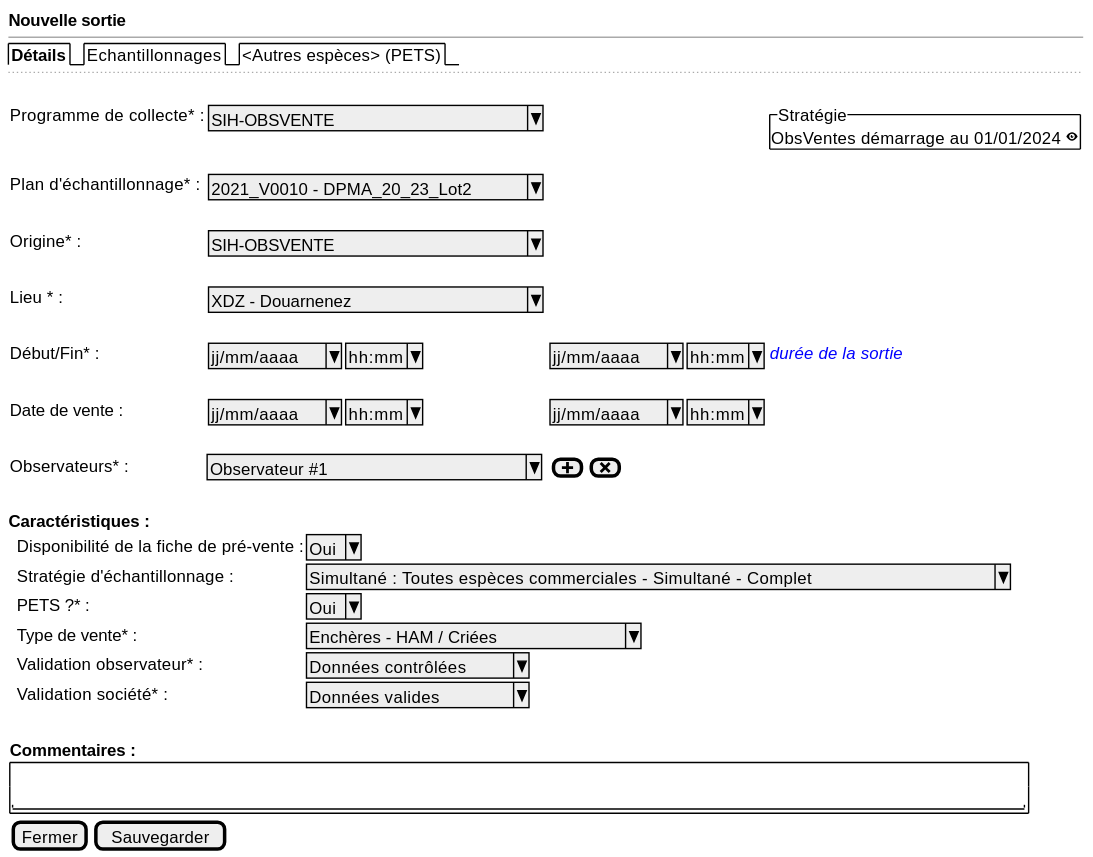
Before: projects/obsvente/spe/images/observed-location-new.svg, a diagram exported from PlantUML (sumaris-net/sumaris-doc). Its source is kept beside it as projects/obsvente/spe/images/observed-location-new.puml.
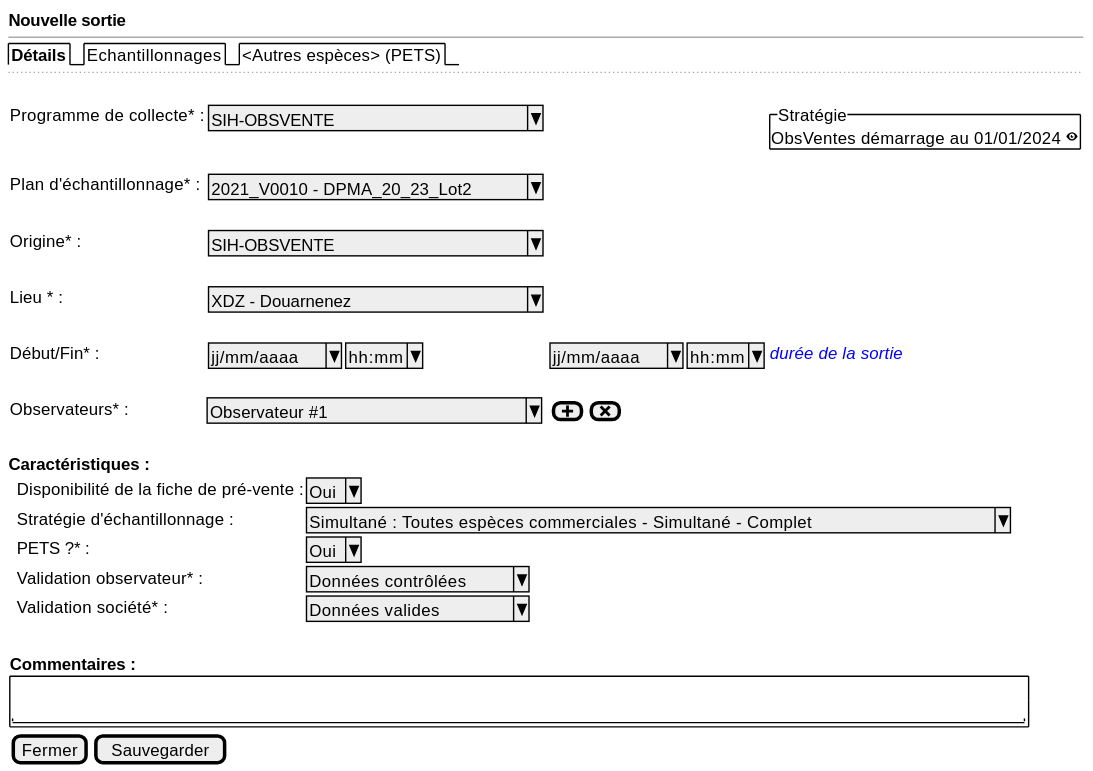
After the change.

Change to the diagram source:
```diff
@@ -17,8 +17,6 @@
       .
       Début/Fin* :     | { ^jj/mm/aaaa^  |  ^hh:mm^ } { ^jj/mm/aaaa^  |  ^hh:mm^ } <i><color:blue>durée de la sortie
       .
-      Date de vente :     | { ^jj/mm/aaaa^  |  ^hh:mm^ } { ^jj/mm/aaaa^  |  ^hh:mm^ }
-      .
       Observateurs* :            | ^ Observateur #1             ^ | { [<&plus>] | [<&x>] }
       .
 
@@ -31,7 +29,6 @@
       . | Disponibilité de la fiche de pré-vente :| ^Oui^
       . | Stratégie d'échantillonnage : | ^Simultané : Toutes espèces commerciales - Simultané - Complet^
       . | PETS ?* : | ^Oui^
-      . | Type de vente* : | ^Enchères - HAM / Criées     ^
       . | Validation observateur* : | ^Données contrôlées^
       . | Validation société* : | ^Données valides   ^
       . | .
```
